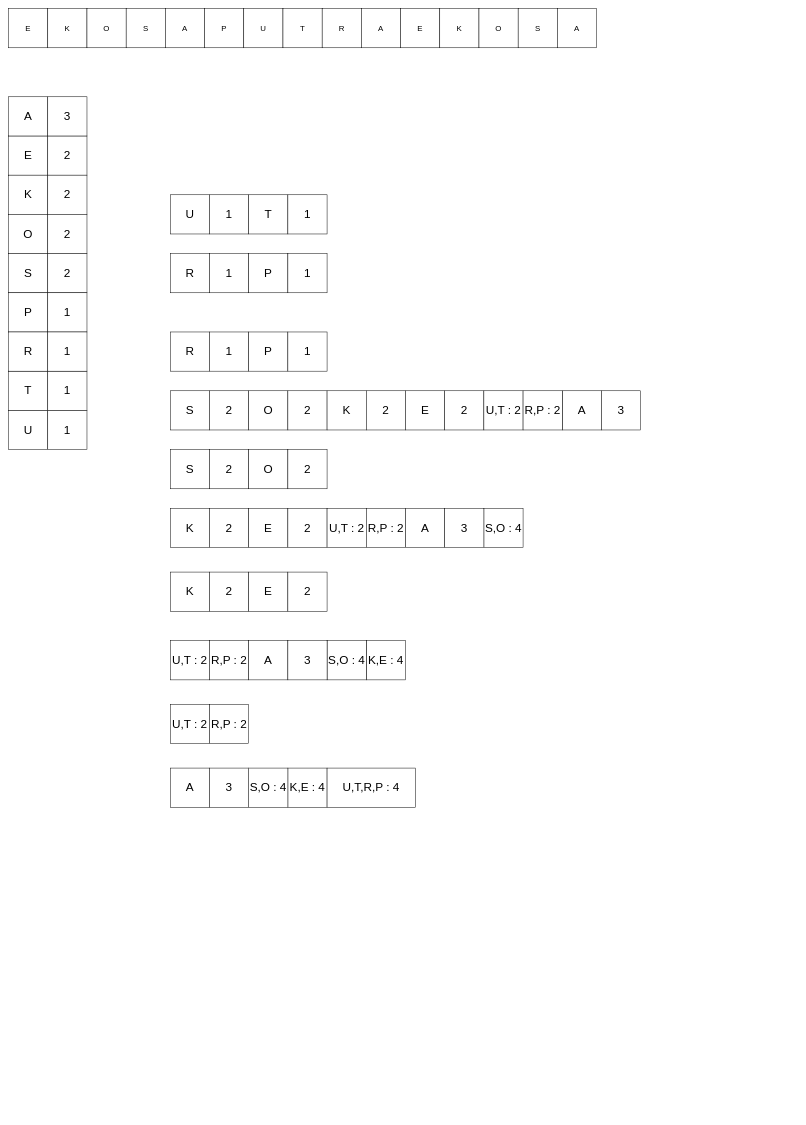
This is flowchart/UTS Multimedia.drawio from ekovegeance-com/docs, a draw.io file, before an edit. Source tidied: cells renumbered, new cells numbered last; positions are measured from the earlier drawing's top-left corner, leaving out a move shared by most shapes. Both pictures are drawn from the tidied source at 49%, with x=0, y=0 at pixel (8, 8).
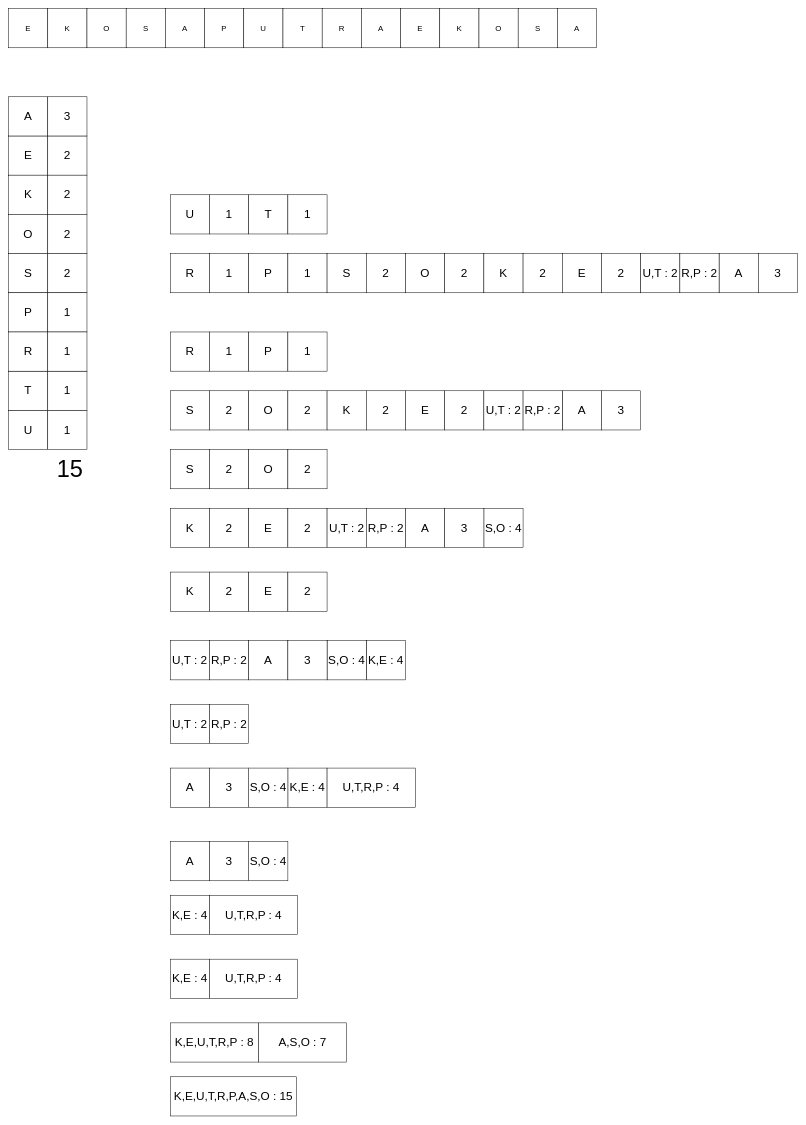
Above is the later version.

The edit, as a diff of the source:
```diff
@@
+    <mxCell id="89" value="&lt;font style=&quot;font-size: 24px&quot;&gt;S,O : 4&lt;/font&gt;" style="whiteSpace=wrap;html=1;" parent="1" vertex="1">
+      <mxGeometry x="490" y="1700" width="80" height="80" as="geometry" />
+    </mxCell>
+    <mxCell id="90" value="&lt;font style=&quot;font-size: 24px&quot;&gt;A&lt;/font&gt;" style="whiteSpace=wrap;html=1;" parent="1" vertex="1">
+      <mxGeometry x="330" y="1700" width="80" height="80" as="geometry" />
+    </mxCell>
+    <mxCell id="91" value="&lt;font style=&quot;font-size: 24px&quot;&gt;3&lt;/font&gt;" style="whiteSpace=wrap;html=1;" parent="1" vertex="1">
+      <mxGeometry x="410" y="1700" width="80" height="80" as="geometry" />
+    </mxCell>
+    <mxCell id="92" value="&lt;span style=&quot;font-size: 24px&quot;&gt;A,S,O : 7&lt;/span&gt;" style="rounded=0;whiteSpace=wrap;html=1;" parent="1" vertex="1">
+      <mxGeometry x="510" y="2070" width="180" height="80" as="geometry" />
+    </mxCell>
+    <mxCell id="93" value="&lt;font style=&quot;font-size: 24px&quot;&gt;K,E : 4&lt;/font&gt;" style="whiteSpace=wrap;html=1;" parent="1" vertex="1">
+      <mxGeometry x="330" y="1810" width="80" height="80" as="geometry" />
+    </mxCell>
+    <mxCell id="94" value="&lt;font style=&quot;font-size: 24px&quot;&gt;U,T,R,P : 4&lt;/font&gt;" style="rounded=0;whiteSpace=wrap;html=1;" parent="1" vertex="1">
+      <mxGeometry x="410" y="1810" width="180" height="80" as="geometry" />
+    </mxCell>
+    <mxCell id="95" value="&lt;font style=&quot;font-size: 24px&quot;&gt;S&lt;/font&gt;" style="whiteSpace=wrap;html=1;" parent="1" vertex="1">
+      <mxGeometry x="650" y="500" width="80" height="80" as="geometry" />
+    </mxCell>
+    <mxCell id="96" value="&lt;font style=&quot;font-size: 24px&quot;&gt;2&lt;/font&gt;" style="whiteSpace=wrap;html=1;" parent="1" vertex="1">
+      <mxGeometry x="730" y="500" width="80" height="80" as="geometry" />
+    </mxCell>
+    <mxCell id="97" value="&lt;font style=&quot;font-size: 24px&quot;&gt;O&lt;/font&gt;" style="whiteSpace=wrap;html=1;" parent="1" vertex="1">
+      <mxGeometry x="810" y="500" width="80" height="80" as="geometry" />
+    </mxCell>
+    <mxCell id="98" value="&lt;font style=&quot;font-size: 24px&quot;&gt;2&lt;/font&gt;" style="whiteSpace=wrap;html=1;" parent="1" vertex="1">
+      <mxGeometry x="890" y="500" width="80" height="80" as="geometry" />
+    </mxCell>
+    <mxCell id="99" value="&lt;font style=&quot;font-size: 24px&quot;&gt;K&lt;/font&gt;" style="whiteSpace=wrap;html=1;" parent="1" vertex="1">
+      <mxGeometry x="970" y="500" width="80" height="80" as="geometry" />
+    </mxCell>
+    <mxCell id="100" value="&lt;font style=&quot;font-size: 24px&quot;&gt;2&lt;/font&gt;" style="whiteSpace=wrap;html=1;" parent="1" vertex="1">
+      <mxGeometry x="1050" y="500" width="80" height="80" as="geometry" />
+    </mxCell>
+    <mxCell id="101" value="&lt;font style=&quot;font-size: 24px&quot;&gt;E&lt;/font&gt;" style="whiteSpace=wrap;html=1;" parent="1" vertex="1">
+      <mxGeometry x="1130" y="500" width="80" height="80" as="geometry" />
+    </mxCell>
+    <mxCell id="102" value="&lt;font style=&quot;font-size: 24px&quot;&gt;2&lt;/font&gt;" style="whiteSpace=wrap;html=1;" parent="1" vertex="1">
+      <mxGeometry x="1210" y="500" width="80" height="80" as="geometry" />
+    </mxCell>
+    <mxCell id="103" value="&lt;font style=&quot;font-size: 24px&quot;&gt;A&lt;/font&gt;" style="whiteSpace=wrap;html=1;" parent="1" vertex="1">
+      <mxGeometry x="1450" y="500" width="80" height="80" as="geometry" />
+    </mxCell>
+    <mxCell id="104" value="&lt;font style=&quot;font-size: 24px&quot;&gt;3&lt;/font&gt;" style="whiteSpace=wrap;html=1;" parent="1" vertex="1">
+      <mxGeometry x="1530" y="500" width="80" height="80" as="geometry" />
+    </mxCell>
+    <mxCell id="105" value="&lt;span style=&quot;font-size: 24px&quot;&gt;U,T : 2&lt;/span&gt;" style="whiteSpace=wrap;html=1;" parent="1" vertex="1">
+      <mxGeometry x="1290" y="500" width="80" height="80" as="geometry" />
+    </mxCell>
+    <mxCell id="106" value="&lt;span style=&quot;font-size: 24px&quot;&gt;R,P : 2&lt;/span&gt;" style="whiteSpace=wrap;html=1;" parent="1" vertex="1">
+      <mxGeometry x="1370" y="500" width="80" height="80" as="geometry" />
+    </mxCell>
+    <mxCell id="107" value="&lt;font style=&quot;font-size: 24px&quot;&gt;K,E : 4&lt;/font&gt;" style="whiteSpace=wrap;html=1;" parent="1" vertex="1">
+      <mxGeometry x="330" y="1940" width="80" height="80" as="geometry" />
+    </mxCell>
+    <mxCell id="108" value="&lt;font style=&quot;font-size: 24px&quot;&gt;U,T,R,P : 4&lt;/font&gt;" style="rounded=0;whiteSpace=wrap;html=1;" parent="1" vertex="1">
+      <mxGeometry x="410" y="1940" width="180" height="80" as="geometry" />
+    </mxCell>
+    <mxCell id="109" value="&lt;font style=&quot;font-size: 24px&quot;&gt;K,E,U,T,R,P : 8&lt;/font&gt;" style="rounded=0;whiteSpace=wrap;html=1;" parent="1" vertex="1">
+      <mxGeometry x="330" y="2070" width="180" height="80" as="geometry" />
+    </mxCell>
+    <mxCell id="110" value="&lt;span style=&quot;font-size: 24px&quot;&gt;K,E,U,T,R,P,&lt;/span&gt;&lt;span style=&quot;font-size: 24px&quot;&gt;A,S,O : 15&lt;/span&gt;" style="rounded=0;whiteSpace=wrap;html=1;" parent="1" vertex="1">
+      <mxGeometry x="330" y="2180" width="258" height="80" as="geometry" />
+    </mxCell>
+    <mxCell id="111" value="&lt;font style=&quot;font-size: 48px&quot;&gt;15&lt;/font&gt;" style="text;html=1;align=center;verticalAlign=middle;fillColor=none;strokeColor=none;rounded=0;" parent="1" vertex="1">
+      <mxGeometry x="90" y="925" width="70" height="30" as="geometry" />
+    </mxCell>
```
